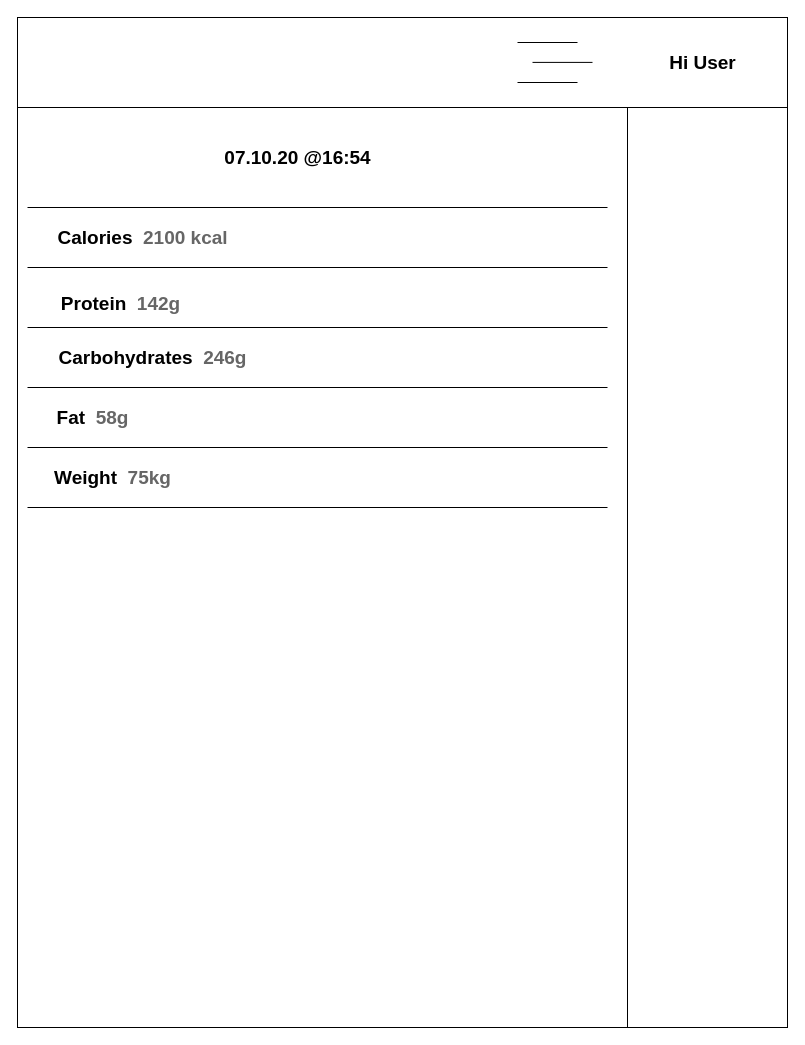
This is page "User pannel" (5 of 5) of CaloriesDb.drawio from pieczarkaniesmacznosci/calories-tracker, a draw.io file, before an edit. Source tidied: cells renumbered, new cells numbered last; positions are measured from the earlier drawing's top-left corner, leaving out a move shared by most shapes. Both pictures are drawn from the tidied source at 100%, with x=0, y=0 at pixel (17, 17).
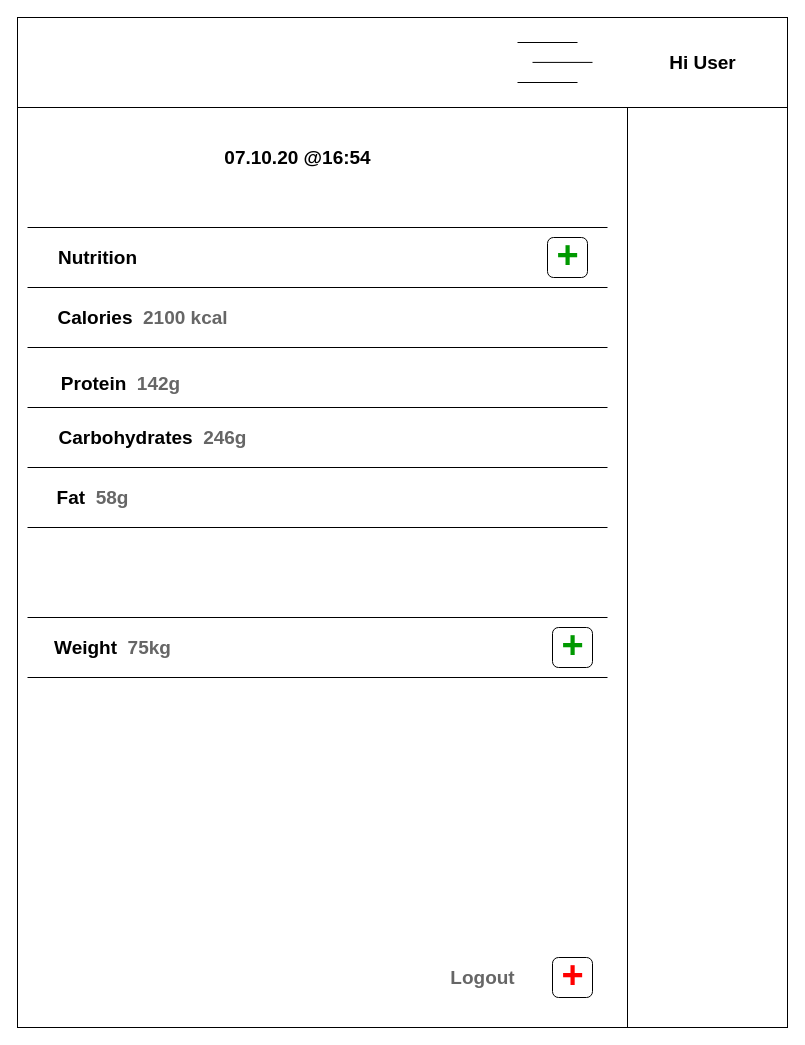
After the change.

Commit message:
User pannel update

The edit, as a diff of the source:
```diff
@@
     <mxCell id="9" value="&lt;p style=&quot;line-height: 70% ; font-size: 19px&quot;&gt;Calories&amp;nbsp;&lt;font color=&quot;#666666&quot;&gt;&amp;nbsp;2100 kcal&lt;/font&gt;&lt;/p&gt;" style="text;strokeColor=none;fillColor=none;html=1;fontSize=24;fontStyle=1;verticalAlign=middle;align=center;" parent="1" vertex="1">
-      <mxGeometry x="30" y="200" width="190" height="40" as="geometry" />
+      <mxGeometry x="30" y="280" width="190" height="40" as="geometry" />
     </mxCell>
     <mxCell id="10" style="endArrow=none;html=1;" parent="1" edge="1">
       <mxGeometry relative="1" as="geometry">
-        <mxPoint x="590" y="190" as="sourcePoint" />
-        <mxPoint x="10" y="190" as="targetPoint" />
+        <mxPoint x="590" y="270" as="sourcePoint" />
+        <mxPoint x="10" y="270" as="targetPoint" />
       </mxGeometry>
     </mxCell>
     <mxCell id="11" style="endArrow=none;html=1;" parent="1" edge="1">
       <mxGeometry relative="1" as="geometry">
-        <mxPoint x="590" y="250" as="sourcePoint" />
-        <mxPoint x="10" y="250" as="targetPoint" />
+        <mxPoint x="590" y="330" as="sourcePoint" />
+        <mxPoint x="10" y="330" as="targetPoint" />
       </mxGeometry>
     </mxCell>
     <mxCell id="12" style="endArrow=none;html=1;" parent="1" edge="1">
       <mxGeometry relative="1" as="geometry">
-        <mxPoint x="590" y="310" as="sourcePoint" />
-        <mxPoint x="10" y="310" as="targetPoint" />
+        <mxPoint x="590" y="390" as="sourcePoint" />
+        <mxPoint x="10" y="390" as="targetPoint" />
       </mxGeometry>
     </mxCell>
     <mxCell id="13" style="endArrow=none;html=1;" parent="1" edge="1">
       <mxGeometry relative="1" as="geometry">
-        <mxPoint x="590" y="370" as="sourcePoint" />
-        <mxPoint x="10" y="370" as="targetPoint" />
+        <mxPoint x="590" y="450" as="sourcePoint" />
+        <mxPoint x="10" y="450" as="targetPoint" />
       </mxGeometry>
     </mxCell>
     <mxCell id="14" style="endArrow=none;html=1;" parent="1" edge="1">
       <mxGeometry relative="1" as="geometry">
-        <mxPoint x="590" y="430" as="sourcePoint" />
-        <mxPoint x="10" y="430" as="targetPoint" />
+        <mxPoint x="590" y="600" as="sourcePoint" />
+        <mxPoint x="10" y="600" as="targetPoint" />
       </mxGeometry>
     </mxCell>
     <mxCell id="15" style="edgeStyle=orthogonalEdgeStyle;rounded=0;orthogonalLoop=1;jettySize=auto;html=1;exitX=0.5;exitY=1;exitDx=0;exitDy=0;" parent="1" edge="1">
       <mxGeometry relative="1" as="geometry">
-        <mxPoint x="350" y="550" as="sourcePoint" />
-        <mxPoint x="350" y="550" as="targetPoint" />
+        <mxPoint x="350" y="640" as="sourcePoint" />
+        <mxPoint x="350" y="640" as="targetPoint" />
       </mxGeometry>
     </mxCell>
     <mxCell id="16" style="edgeStyle=orthogonalEdgeStyle;rounded=0;orthogonalLoop=1;jettySize=auto;html=1;exitX=0.5;exitY=1;exitDx=0;exitDy=0;" parent="1" edge="1">
       <mxGeometry relative="1" as="geometry">
-        <mxPoint x="350" y="550" as="sourcePoint" />
-        <mxPoint x="350" y="550" as="targetPoint" />
+        <mxPoint x="350" y="640" as="sourcePoint" />
+        <mxPoint x="350" y="640" as="targetPoint" />
       </mxGeometry>
     </mxCell>
     <mxCell id="17" value="&lt;p style=&quot;line-height: 70% ; font-size: 19px&quot;&gt;Protein&amp;nbsp;&lt;font color=&quot;#666666&quot;&gt;&amp;nbsp;142g&lt;/font&gt;&lt;/p&gt;" style="text;strokeColor=none;fillColor=none;html=1;fontSize=24;fontStyle=1;verticalAlign=middle;align=center;" parent="1" vertex="1">
-      <mxGeometry x="40" y="266" width="125" height="40" as="geometry" />
+      <mxGeometry x="40" y="346" width="125" height="40" as="geometry" />
     </mxCell>
@@
     <mxCell id="19" value="&lt;p style=&quot;line-height: 70% ; font-size: 19px&quot;&gt;Carbohydrates&amp;nbsp;&lt;font color=&quot;#666666&quot;&gt;&amp;nbsp;246g&lt;/font&gt;&lt;/p&gt;" style="text;strokeColor=none;fillColor=none;html=1;fontSize=24;fontStyle=1;verticalAlign=middle;align=center;" parent="1" vertex="1">
-      <mxGeometry x="40" y="320" width="190" height="40" as="geometry" />
+      <mxGeometry x="40" y="400" width="190" height="40" as="geometry" />
     </mxCell>
     <mxCell id="20" value="&lt;p style=&quot;line-height: 70% ; font-size: 19px&quot;&gt;Fat&amp;nbsp;&lt;font color=&quot;#666666&quot;&gt;&amp;nbsp;58g&lt;/font&gt;&lt;/p&gt;" style="text;strokeColor=none;fillColor=none;html=1;fontSize=24;fontStyle=1;verticalAlign=middle;align=center;" parent="1" vertex="1">
-      <mxGeometry x="40" y="380" width="70" height="40" as="geometry" />
+      <mxGeometry x="40" y="460" width="70" height="40" as="geometry" />
     </mxCell>
     <mxCell id="21" style="endArrow=none;html=1;" parent="1" edge="1">
       <mxGeometry relative="1" as="geometry">
-        <mxPoint x="590" y="490" as="sourcePoint" />
-        <mxPoint x="10" y="490" as="targetPoint" />
+        <mxPoint x="590" y="660" as="sourcePoint" />
+        <mxPoint x="10" y="660" as="targetPoint" />
       </mxGeometry>
     </mxCell>
     <mxCell id="22" value="&lt;p style=&quot;line-height: 70% ; font-size: 19px&quot;&gt;Weight&amp;nbsp;&lt;font color=&quot;#666666&quot;&gt;&amp;nbsp;75kg&lt;/font&gt;&lt;/p&gt;" style="text;strokeColor=none;fillColor=none;html=1;fontSize=24;fontStyle=1;verticalAlign=middle;align=center;" parent="1" vertex="1">
-      <mxGeometry x="40" y="440" width="110" height="40" as="geometry" />
+      <mxGeometry x="40" y="610" width="110" height="40" as="geometry" />
     </mxCell>
+    <mxCell id="23" style="rounded=1;whiteSpace=wrap;html=1;fillColor=none;" parent="1" vertex="1">
+      <mxGeometry x="535" y="610" width="40" height="40" as="geometry" />
+    </mxCell>
+    <mxCell id="24" value="&lt;p style=&quot;line-height: 70%&quot;&gt;&lt;font color=&quot;#009900&quot; style=&quot;font-size: 38px&quot;&gt;+&lt;/font&gt;&lt;/p&gt;" style="text;strokeColor=none;html=1;fontSize=24;fontStyle=1;verticalAlign=middle;align=center;fillColor=#ffffff;" parent="1" vertex="1">
+      <mxGeometry x="540" y="622.5" width="30" height="15" as="geometry" />
+    </mxCell>
+    <mxCell id="25" style="endArrow=none;html=1;" parent="1" edge="1">
+      <mxGeometry relative="1" as="geometry">
+        <mxPoint x="590" y="510" as="sourcePoint" />
+        <mxPoint x="10" y="510" as="targetPoint" />
+      </mxGeometry>
+    </mxCell>
+    <mxCell id="26" style="rounded=1;whiteSpace=wrap;html=1;fillColor=none;" parent="1" vertex="1">
+      <mxGeometry x="535" y="940" width="40" height="40" as="geometry" />
+    </mxCell>
+    <mxCell id="27" value="&lt;p style=&quot;line-height: 70%&quot;&gt;&lt;font style=&quot;font-size: 38px&quot; color=&quot;#ff0000&quot;&gt;+&lt;/font&gt;&lt;/p&gt;" style="text;strokeColor=none;html=1;fontSize=24;fontStyle=1;verticalAlign=middle;align=center;fillColor=#ffffff;" parent="1" vertex="1">
+      <mxGeometry x="540" y="952.5" width="30" height="15" as="geometry" />
+    </mxCell>
+    <mxCell id="28" value="&lt;p style=&quot;line-height: 70% ; font-size: 19px&quot;&gt;&lt;font color=&quot;#666666&quot;&gt;Logout&lt;/font&gt;&lt;/p&gt;" style="text;strokeColor=none;fillColor=none;html=1;fontSize=24;fontStyle=1;verticalAlign=middle;align=center;" parent="1" vertex="1">
+      <mxGeometry x="410" y="940" width="110" height="40" as="geometry" />
+    </mxCell>
+    <mxCell id="29" value="&lt;p style=&quot;line-height: 70% ; font-size: 19px&quot;&gt;Nutrition&lt;/p&gt;" style="text;strokeColor=none;fillColor=none;html=1;fontSize=24;fontStyle=1;verticalAlign=middle;align=center;" parent="1" vertex="1">
+      <mxGeometry x="30" y="220" width="100" height="40" as="geometry" />
+    </mxCell>
+    <mxCell id="30" style="endArrow=none;html=1;" parent="1" edge="1">
+      <mxGeometry relative="1" as="geometry">
+        <mxPoint x="590" y="210" as="sourcePoint" />
+        <mxPoint x="10" y="210" as="targetPoint" />
+      </mxGeometry>
+    </mxCell>
+    <mxCell id="31" style="rounded=1;whiteSpace=wrap;html=1;fillColor=none;" parent="1" vertex="1">
+      <mxGeometry x="530" y="220" width="40" height="40" as="geometry" />
+    </mxCell>
+    <mxCell id="32" value="&lt;p style=&quot;line-height: 70%&quot;&gt;&lt;font color=&quot;#009900&quot; style=&quot;font-size: 38px&quot;&gt;+&lt;/font&gt;&lt;/p&gt;" style="text;strokeColor=none;html=1;fontSize=24;fontStyle=1;verticalAlign=middle;align=center;fillColor=#ffffff;" parent="1" vertex="1">
+      <mxGeometry x="535" y="232.5" width="30" height="15" as="geometry" />
+    </mxCell>
```
